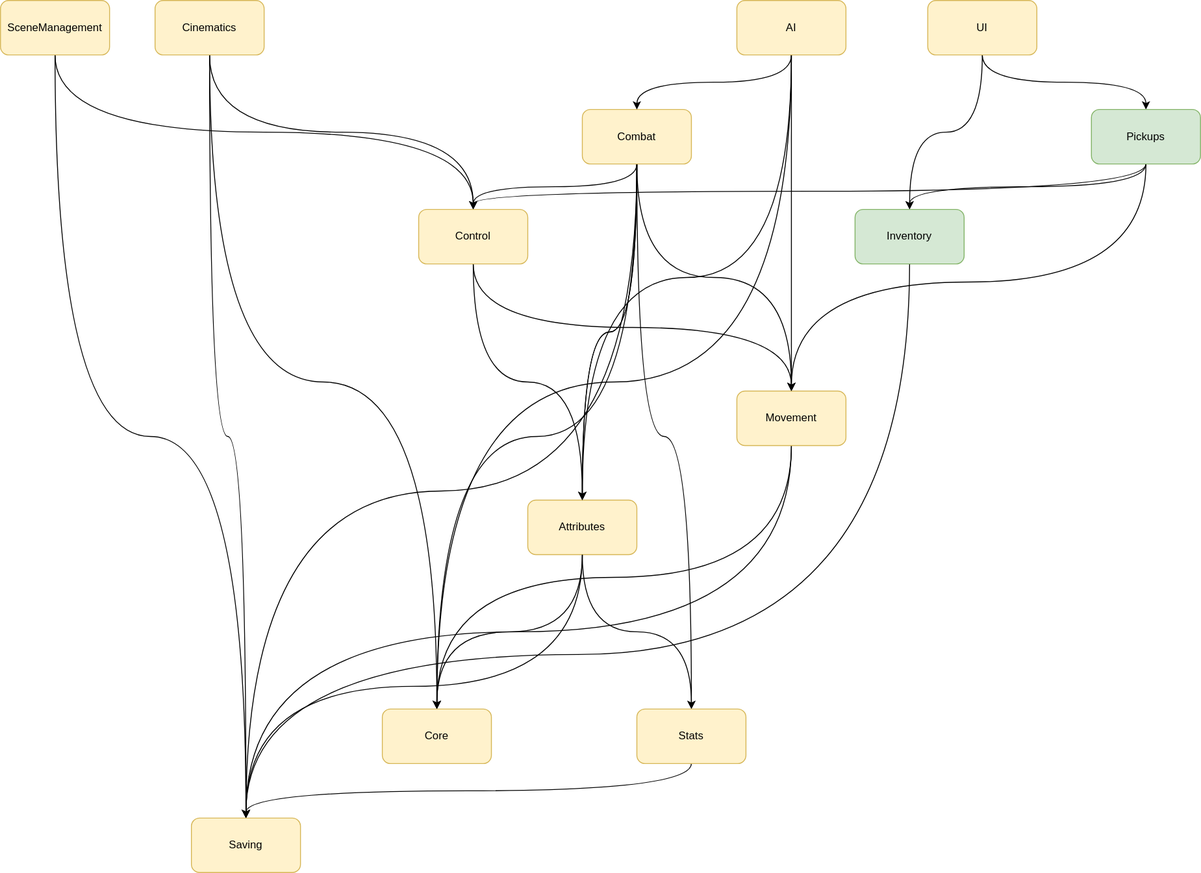
The draw.io diagram Assets/Architecture/architecture.svg in ipevr/RPG-2024, before a commit. Source tidied: cells renumbered, new cells last; positions are measured from the earlier drawing's top-left corner, leaving out a move shared by most shapes.
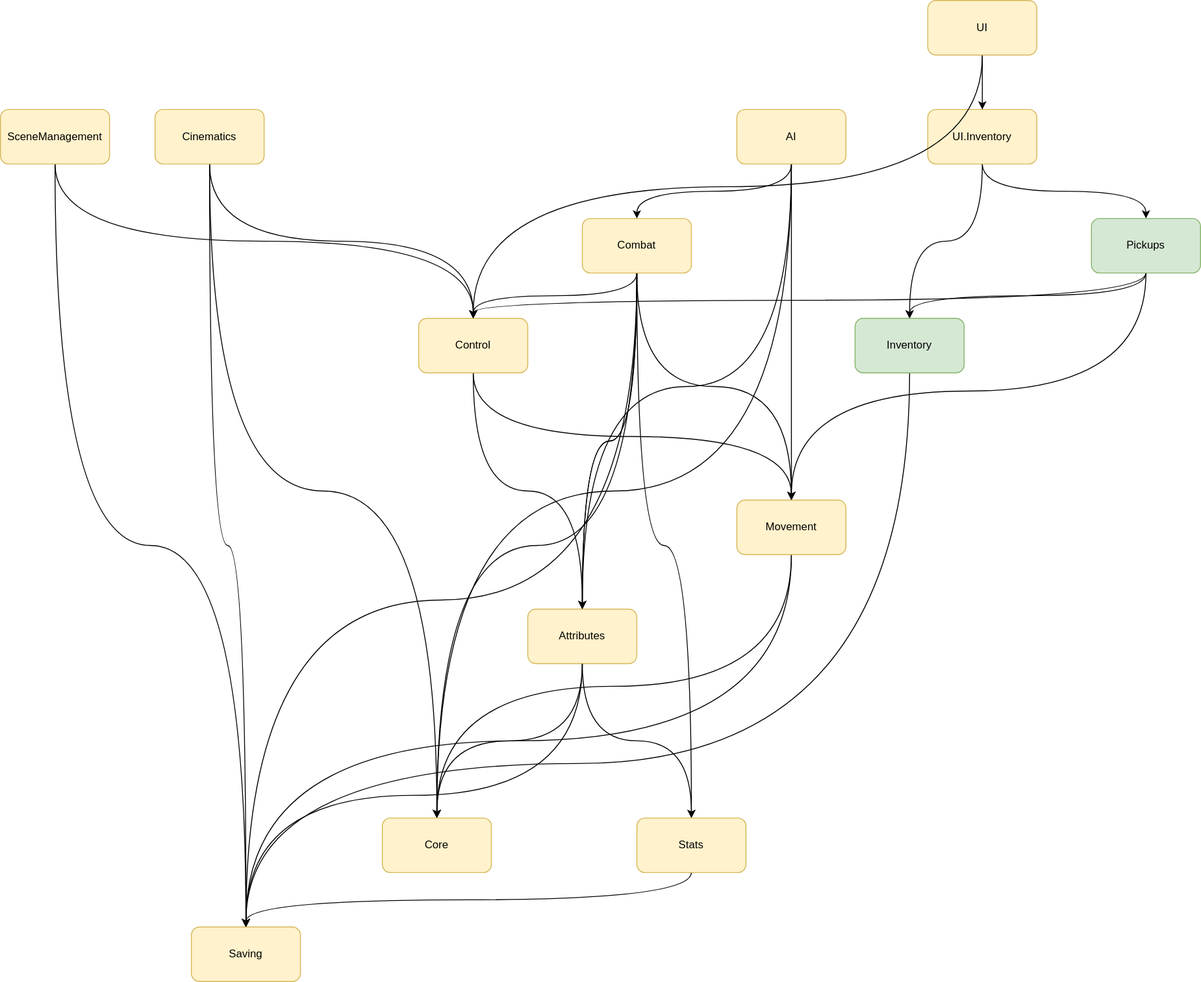
The same file after the commit.

Change to the diagram source:
```diff
@@ -92,7 +92,7 @@
     <mxCell id="31" style="edgeStyle=orthogonalEdgeStyle;curved=1;rounded=0;jettySize=auto;html=1;exitX=0.5;exitY=1;exitDx=0;exitDy=0;entryX=0.5;entryY=0;entryDx=0;entryDy=0;" parent="1" edge="1" source="32" target="44">
       <mxGeometry relative="1" as="geometry" />
     </mxCell>
-    <mxCell id="32" value="UI" style="rounded=1;whiteSpace=wrap;html=1;fillColor=#fff2cc;strokeColor=#d6b656;" parent="1" vertex="1">
+    <mxCell id="32" value="UI.Inventory" style="rounded=1;whiteSpace=wrap;html=1;fillColor=#fff2cc;strokeColor=#d6b656;" parent="1" vertex="1">
       <mxGeometry x="1020" width="120" height="60" as="geometry" />
     </mxCell>
     <mxCell id="33" style="edgeStyle=orthogonalEdgeStyle;rounded=0;jettySize=auto;html=1;exitX=0.5;exitY=1;exitDx=0;exitDy=0;entryX=0.5;entryY=0;entryDx=0;entryDy=0;curved=1;" parent="1" edge="1" source="37" target="16">
@@ -146,5 +146,14 @@
     <mxCell id="44" value="Pickups" style="rounded=1;whiteSpace=wrap;html=1;fillColor=#d5e8d4;strokeColor=#82b366;" parent="1" vertex="1">
       <mxGeometry x="1200" y="120" width="120" height="60" as="geometry" />
     </mxCell>
+    <mxCell id="45" style="edgeStyle=orthogonalEdgeStyle;curved=1;rounded=0;jettySize=auto;html=1;exitX=0.5;exitY=1;exitDx=0;exitDy=0;entryX=0.5;entryY=0;entryDx=0;entryDy=0;" parent="1" edge="1" source="47" target="32">
+      <mxGeometry relative="1" as="geometry" />
+    </mxCell>
+    <mxCell id="46" style="edgeStyle=orthogonalEdgeStyle;curved=1;rounded=0;jettySize=auto;html=1;exitX=0.5;exitY=1;exitDx=0;exitDy=0;entryX=0.5;entryY=0;entryDx=0;entryDy=0;" parent="1" edge="1" source="47" target="19">
+      <mxGeometry relative="1" as="geometry" />
+    </mxCell>
+    <mxCell id="47" value="UI" style="rounded=1;whiteSpace=wrap;html=1;fillColor=#fff2cc;strokeColor=#d6b656;" parent="1" vertex="1">
+      <mxGeometry x="1020" y="-120" width="120" height="60" as="geometry" />
+    </mxCell>
   </root>
 </mxGraphModel>
```
